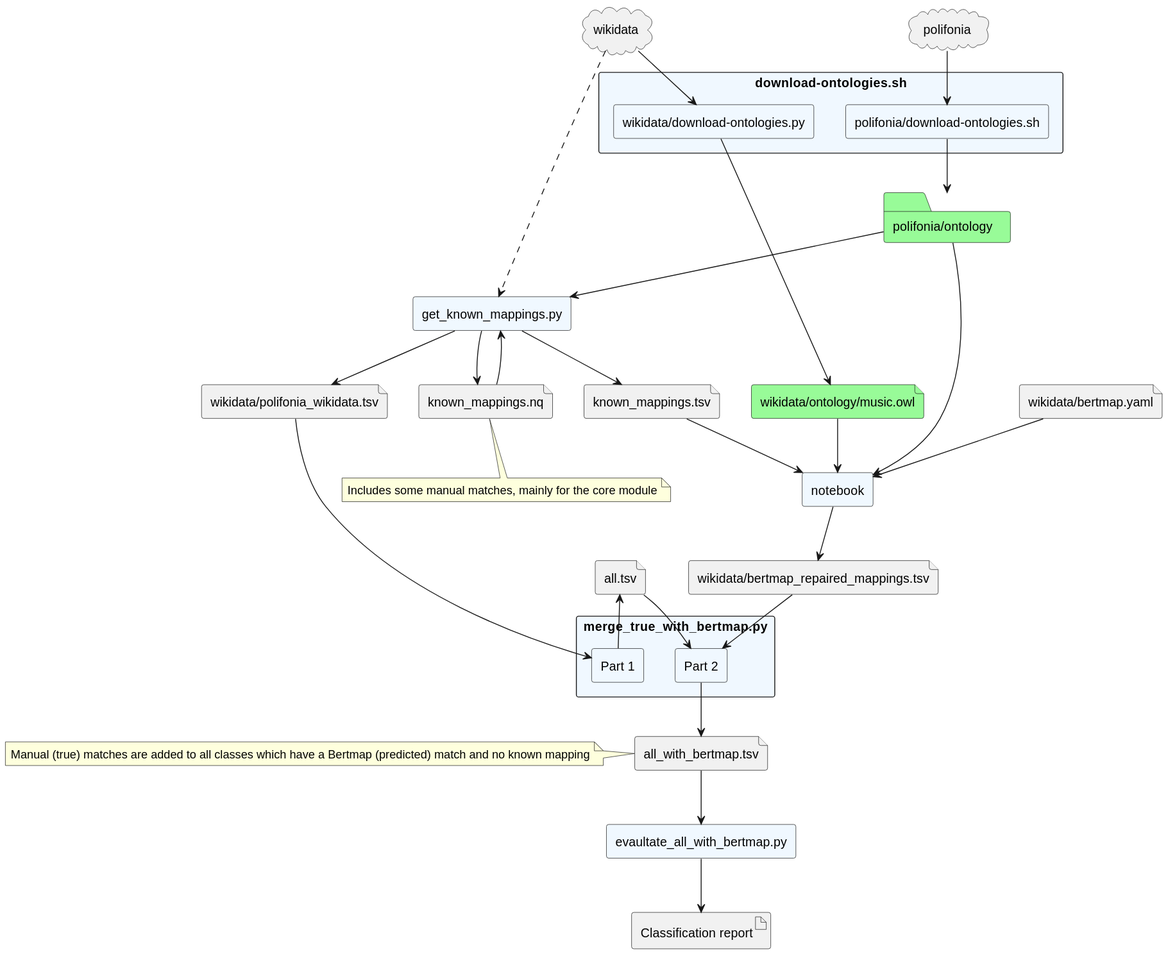
The PlantUML diagram flow.svg in Danysan1/unibo-ke-matching-ontologies, before a commit.
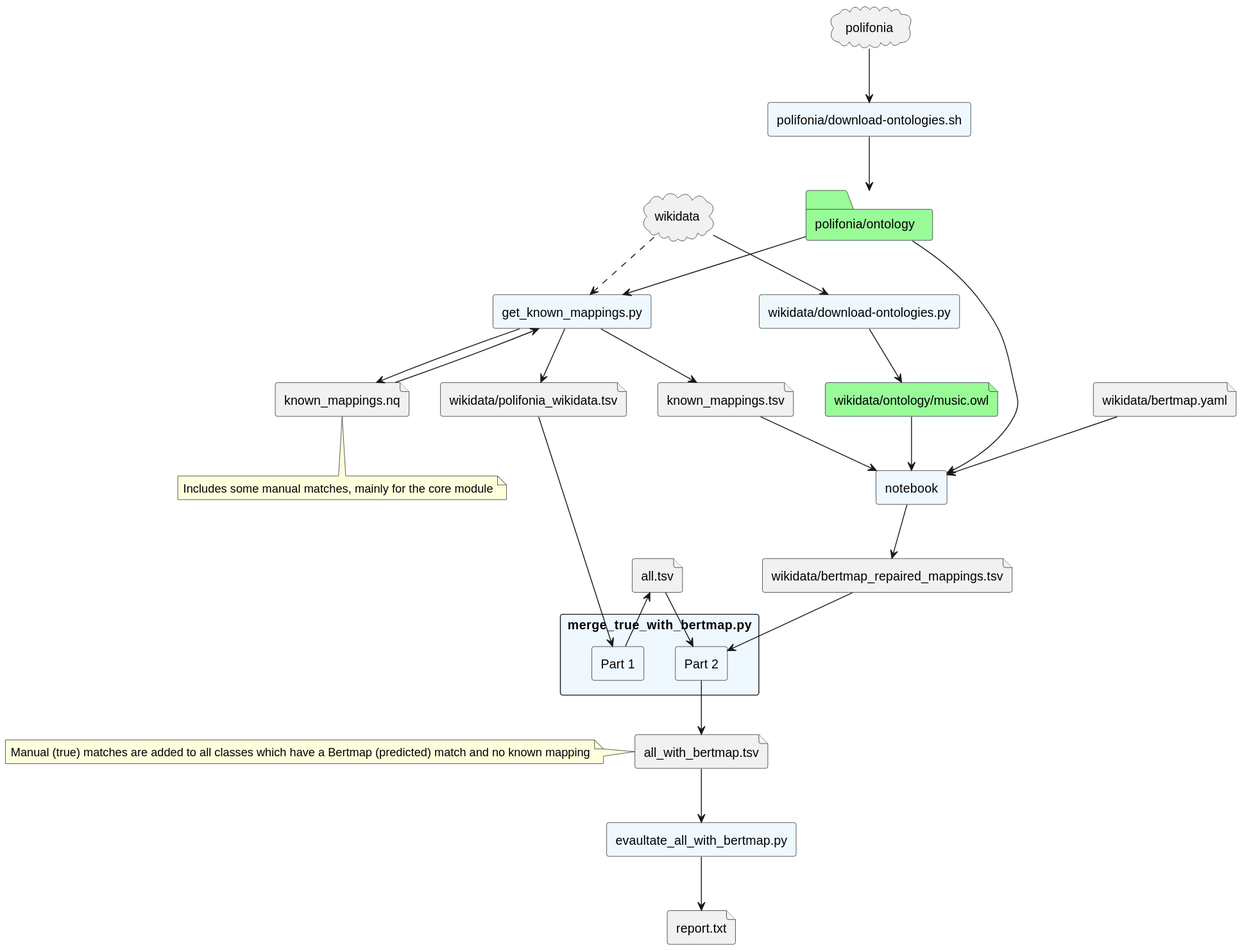
The same file after the commit.

What changed in the source:
```diff
@@ -1,14 +1,12 @@
 @startuml flow
 cloud wikidata
-cloud polifonia
-rectangle "download-ontologies.sh" as downsh #aliceblue {
 rectangle "wikidata/download-ontologies.py" as downwikidata #aliceblue
-rectangle "polifonia/download-ontologies.sh" as downpolifonia #aliceblue
-}
 file "wikidata/ontology/music.owl" as musicowl #palegreen
 wikidata --> downwikidata
 downwikidata --> musicowl
 
+cloud polifonia
+rectangle "polifonia/download-ontologies.sh" as downpolifonia #aliceblue
 folder "polifonia/ontology" as polifoniaowl #palegreen
 polifonia --> downpolifonia
 downpolifonia --> polifoniaowl
@@ -49,7 +47,7 @@
 merge2 --> all_with_bertmap.tsv
 
 rectangle evaultate_all_with_bertmap.py as evaluate #aliceblue
-artifact "Classification report" as report
+file "report.txt"
 all_with_bertmap.tsv --> evaluate
-evaluate --> report
+evaluate --> report.txt
 @enduml
```
